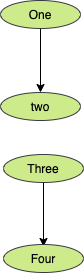
Above: sample.drawio.png in adithnaveen/sapient-apr-2021-xt (draw.io), before the change. Source tidied: cells renumbered, new cells last; positions are measured from the earlier drawing's top-left corner, leaving out a move shared by most shapes.
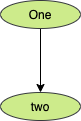
Later version of the same file.

Change to the diagram source:
```diff
@@ -11,16 +11,5 @@
     <mxCell id="4" value="&lt;font color=&quot;#000000&quot;&gt;two&lt;/font&gt;" style="ellipse;whiteSpace=wrap;html=1;fillColor=#cdeb8b;strokeColor=#36393d;" parent="1" vertex="1">
       <mxGeometry y="92" width="80" height="28" as="geometry" />
     </mxCell>
-    <mxCell id="5" style="edgeStyle=orthogonalEdgeStyle;rounded=0;jettySize=auto;html=1;entryX=0.5;entryY=0;entryDx=0;entryDy=0;" parent="1" edge="1" source="6">
-      <mxGeometry relative="1" as="geometry">
-        <mxPoint x="43" y="246" as="targetPoint" />
-      </mxGeometry>
-    </mxCell>
-    <mxCell id="6" value="&lt;font color=&quot;#000000&quot;&gt;Three&lt;/font&gt;" style="ellipse;whiteSpace=wrap;html=1;fillColor=#cdeb8b;strokeColor=#36393d;" parent="1" vertex="1">
-      <mxGeometry x="3" y="154" width="80" height="28" as="geometry" />
-    </mxCell>
-    <mxCell id="7" value="&lt;font color=&quot;#000000&quot;&gt;Four&lt;/font&gt;" style="ellipse;whiteSpace=wrap;html=1;fillColor=#cdeb8b;strokeColor=#36393d;" parent="1" vertex="1">
-      <mxGeometry x="3" y="244" width="80" height="28" as="geometry" />
-    </mxCell>
   </root>
 </mxGraphModel>
```
